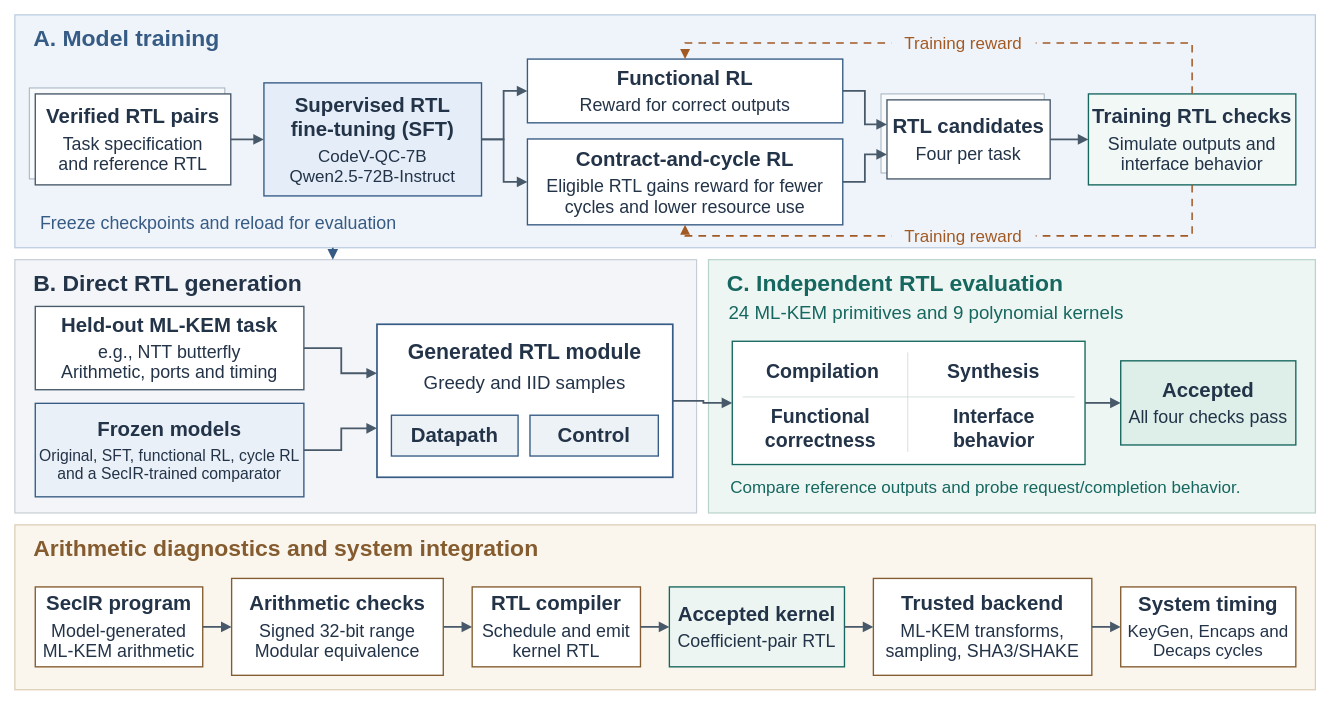
This is all/DAC2026/未命名绘图.drawio from ZKY6662017/iodraw-files, a draw.io file, before an edit. Source tidied: cells renumbered, new cells numbered last; positions are measured from the earlier drawing's top-left corner, leaving out a move shared by most shapes. Both pictures are drawn from the tidied source at 85%, with x=0, y=0 at pixel (14, 14).
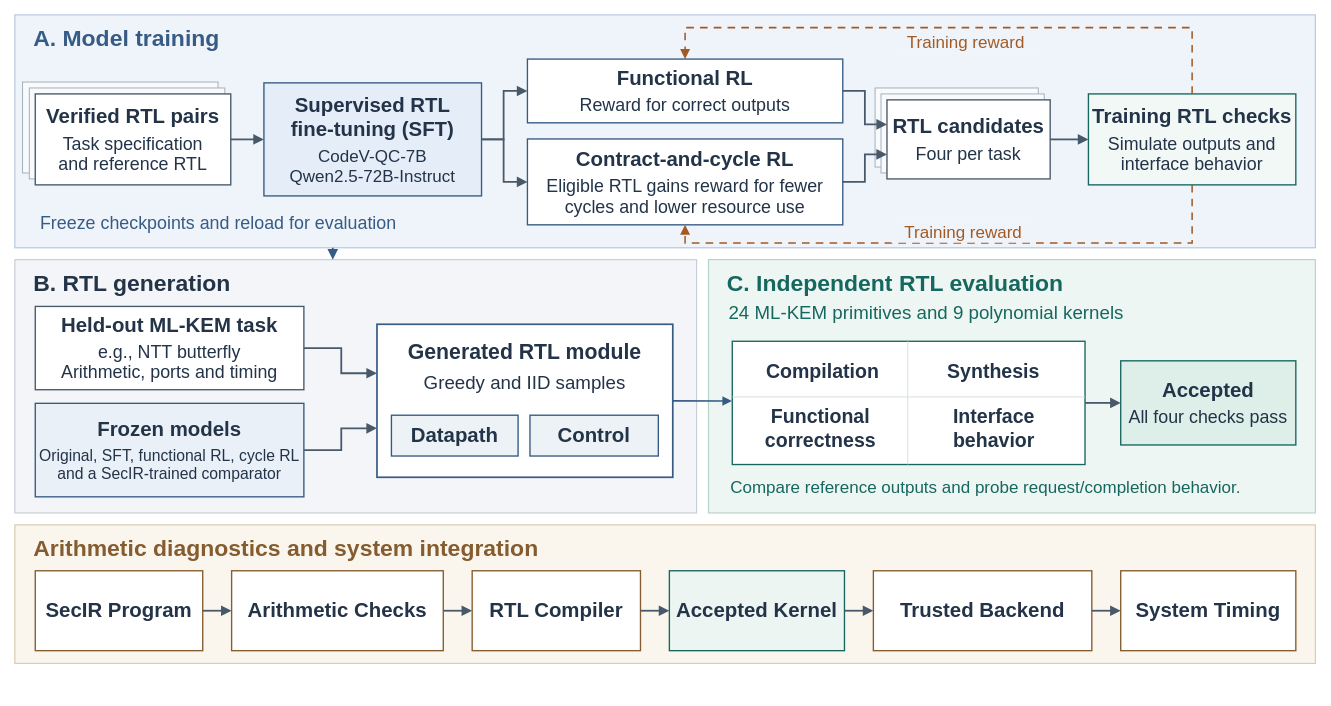
The same page after the edit.

Commit message (it also covers changes not shown here):
更新未命名绘图.drawio

The change refers to these unchanged cells:
```xml
<mxCell id="13" value="&lt;b&gt;Functional RL&lt;/b&gt;&lt;div style=&quot;font-size:21px;line-height:1.18;margin-top:5px&quot;&gt;Reward for correct outputs&lt;/div&gt;" style="rounded=0;html=1;whiteSpace=wrap;shadow=0;fontFamily=Arial;fontSize=22;fontColor=#233348;align=center;verticalAlign=middle;spacing=0;fillColor=#FFFFFF;strokeColor=#718395;strokeWidth=1.6;strokeColor=#365B84;fillColor=#FFFFFF;fontSize=24;spacing=3;" parent="1" vertex="1">
  <mxGeometry x="603" y="52" width="371" height="75" as="geometry" />
</mxCell>
<mxCell id="14" value="&lt;b&gt;Contract-and-cycle RL&lt;/b&gt;&lt;div style=&quot;font-size:21px;line-height:1.18;margin-top:5px&quot;&gt;Eligible RTL gains reward for fewer&lt;br&gt;cycles and lower resource use&lt;/div&gt;" style="rounded=0;html=1;whiteSpace=wrap;shadow=0;fontFamily=Arial;fontSize=22;fontColor=#233348;align=center;verticalAlign=middle;spacing=0;fillColor=#FFFFFF;strokeColor=#718395;strokeWidth=1.6;strokeColor=#365B84;fillColor=#FFFFFF;fontSize=24;spacing=3;" parent="1" vertex="1">
  <mxGeometry x="603" y="146" width="371" height="101" as="geometry" />
</mxCell>
<mxCell id="30" style="rounded=0;html=1;whiteSpace=wrap;shadow=0;fontFamily=Arial;fontSize=22;fontColor=#233348;align=center;verticalAlign=middle;spacing=0;fillColor=#FFFFFF;strokeColor=#718395;strokeWidth=1.6;strokeColor=#365B84;strokeWidth=2;" parent="1" vertex="1">
  <mxGeometry x="426" y="364" width="348" height="180" as="geometry" />
</mxCell>
<mxCell id="38" style="rounded=0;html=1;whiteSpace=wrap;shadow=0;fontFamily=Arial;fontSize=22;fontColor=#233348;align=center;verticalAlign=middle;spacing=0;fillColor=#FFFFFF;strokeColor=#718395;strokeWidth=1.6;strokeColor=#16675F;strokeWidth=1.6;" parent="1" vertex="1">
  <mxGeometry x="844" y="384" width="415" height="145" as="geometry" />
</mxCell>
```

Change to the diagram source:
```diff
@@
-    <mxCell id="5" value="B. Direct RTL generation" style="rounded=0;html=1;whiteSpace=wrap;shadow=0;fontFamily=Arial;fontSize=22;fontColor=#233348;align=center;verticalAlign=middle;spacing=0;fillColor=#FFFFFF;strokeColor=#718395;strokeWidth=1.6;strokeColor=none;fillColor=none;fontSize=27;fontColor=#233348;align=left;fontStyle=1;" parent="1" vertex="1">
+    <mxCell id="5" value="B. RTL generation" style="rounded=0;html=1;whiteSpace=wrap;shadow=0;fontFamily=Arial;fontSize=22;fontColor=#233348;align=center;verticalAlign=middle;spacing=0;fillColor=#FFFFFF;strokeColor=#718395;strokeWidth=1.6;strokeColor=none;fillColor=none;fontSize=27;fontColor=#233348;align=left;fontStyle=1;" parent="1" vertex="1">
       <mxGeometry x="22" y="298" width="758" height="35" as="geometry" />
     </mxCell>
@@
     <mxCell id="8" style="rounded=0;html=1;whiteSpace=wrap;shadow=0;fontFamily=Arial;fontSize=22;fontColor=#233348;align=center;verticalAlign=middle;spacing=0;fillColor=#FFFFFF;strokeColor=#718395;strokeWidth=1.6;fillColor=#FBF6ED;strokeColor=#DCCBB0;strokeWidth=1.4;" parent="1" vertex="1">
-      <mxGeometry y="600" width="1530" height="194" as="geometry" />
+      <mxGeometry y="600" width="1530" height="163" as="geometry" />
     </mxCell>
@@
+    <mxCell id="62" style="rounded=0;html=1;whiteSpace=wrap;shadow=0;fontFamily=Arial;fontSize=22;fontColor=#233348;align=center;verticalAlign=middle;spacing=0;fillColor=#FFFFFF;strokeColor=#718395;strokeWidth=1.6;fillColor=#F8FAFC;strokeColor=#A5B2C0;strokeWidth=1.2;" parent="1" vertex="1">
+      <mxGeometry x="9" y="79" width="230" height="107" as="geometry" />
+    </mxCell>
@@
+    <mxCell id="63" style="rounded=0;html=1;whiteSpace=wrap;shadow=0;fontFamily=Arial;fontSize=22;fontColor=#233348;align=center;verticalAlign=middle;spacing=0;fillColor=#FFFFFF;strokeColor=#718395;strokeWidth=1.6;fillColor=#F8FAFC;strokeColor=#A5B2C0;strokeWidth=1.2;" parent="1" vertex="1">
+      <mxGeometry x="1012" y="86" width="192" height="93" as="geometry" />
+    </mxCell>
@@
+    <mxCell id="17" value="&lt;b&gt;Training RTL checks&lt;/b&gt;&lt;div style=&quot;font-size:21px;line-height:1.18;margin-top:5px&quot;&gt;Simulate outputs and&lt;br&gt;interface behavior&lt;/div&gt;" style="rounded=0;html=1;whiteSpace=wrap;shadow=0;fontFamily=Arial;fontSize=22;fontColor=#233348;align=center;verticalAlign=middle;spacing=0;fillColor=#FFFFFF;strokeColor=#718395;strokeWidth=1.6;strokeColor=#16675F;fillColor=#F2F8F6;fontSize=24;spacing=3;" parent="1" vertex="1">
+      <mxGeometry x="1263" y="93" width="244" height="107" as="geometry" />
+    </mxCell>
@@
-    <mxCell id="17" value="&lt;b&gt;Training RTL checks&lt;/b&gt;&lt;div style=&quot;font-size:21px;line-height:1.18;margin-top:5px&quot;&gt;Simulate outputs and&lt;br&gt;interface behavior&lt;/div&gt;" style="rounded=0;html=1;whiteSpace=wrap;shadow=0;fontFamily=Arial;fontSize=22;fontColor=#233348;align=center;verticalAlign=middle;spacing=0;fillColor=#FFFFFF;strokeColor=#718395;strokeWidth=1.6;strokeColor=#16675F;fillColor=#F2F8F6;fontSize=24;spacing=3;" parent="1" vertex="1">
-      <mxGeometry x="1263" y="93" width="244" height="107" as="geometry" />
-    </mxCell>
@@
     <mxCell id="24" style="edgeStyle=none;html=1;rounded=0;strokeColor=#A25A24;strokeWidth=1.8;endArrow=block;endFill=1;endSize=7;exitX=0.5;exitY=0;exitPerimeter=0;entryX=0.5;entryY=0;entryPerimeter=0;dashed=1;dashPattern=5 4;" parent="1" edge="1" source="17" target="13">
       <mxGeometry relative="1" as="geometry">
         <Array as="points">
-          <mxPoint x="1385" y="33" />
-          <mxPoint x="788.5" y="33" />
+          <mxPoint x="1385" y="15" />
+          <mxPoint x="788.5" y="15" />
         </Array>
       </mxGeometry>
     </mxCell>
     <mxCell id="25" style="edgeStyle=none;html=1;rounded=0;strokeColor=#A25A24;strokeWidth=1.8;endArrow=block;endFill=1;endSize=7;exitX=0.5;exitY=1;exitPerimeter=0;entryX=0.5;entryY=1;entryPerimeter=0;dashed=1;dashPattern=5 4;" parent="1" edge="1" source="17" target="14">
-      <mxGeometry relative="1" as="geometry">
+      <mxGeometry x="-0.01" relative="1" as="geometry">
         <Array as="points">
-          <mxPoint x="1385" y="260" />
-          <mxPoint x="788.5" y="260" />
+          <mxPoint x="1385" y="268.4" />
+          <mxPoint x="1087.7" y="268.4" />
+          <mxPoint x="788.5" y="268.4" />
         </Array>
       </mxGeometry>
     </mxCell>
     <mxCell id="26" value="Training reward" style="rounded=0;html=1;whiteSpace=wrap;shadow=0;fontFamily=Arial;fontSize=22;fontColor=#233348;align=center;verticalAlign=middle;spacing=0;fillColor=#FFFFFF;strokeColor=#718395;strokeWidth=1.6;strokeColor=none;fillColor=none;fontSize=20;fontColor=#A25A24;fillColor=#EFF4FA;" parent="1" vertex="1">
-      <mxGeometry x="1031" y="19" width="170" height="27" as="geometry" />
+      <mxGeometry x="1034" y="18" width="170" height="27" as="geometry" />
     </mxCell>
     <mxCell id="27" value="Training reward" style="rounded=0;html=1;whiteSpace=wrap;shadow=0;fontFamily=Arial;fontSize=22;fontColor=#233348;align=center;verticalAlign=middle;spacing=0;fillColor=#FFFFFF;strokeColor=#718395;strokeWidth=1.6;strokeColor=none;fillColor=none;fontSize=20;fontColor=#A25A24;fillColor=#EFF4FA;" parent="1" vertex="1">
-      <mxGeometry x="1031" y="246" width="170" height="27" as="geometry" />
+      <mxGeometry x="1031" y="241" width="170" height="27" as="geometry" />
     </mxCell>
@@
     <mxCell id="41" style="rounded=0;html=1;whiteSpace=wrap;shadow=0;fontFamily=Arial;fontSize=22;fontColor=#233348;align=center;verticalAlign=middle;spacing=0;fillColor=#FFFFFF;strokeColor=#718395;strokeWidth=1.6;strokeColor=none;fillColor=#CDDCD6;" parent="1" vertex="1">
-      <mxGeometry x="856" y="449" width="391" height="1" as="geometry" />
+      <mxGeometry x="844" y="449" width="415" height="1" as="geometry" />
     </mxCell>
     <mxCell id="42" style="rounded=0;html=1;whiteSpace=wrap;shadow=0;fontFamily=Arial;fontSize=22;fontColor=#233348;align=center;verticalAlign=middle;spacing=0;fillColor=#FFFFFF;strokeColor=#718395;strokeWidth=1.6;strokeColor=none;fillColor=#CDDCD6;" parent="1" vertex="1">
-      <mxGeometry x="1050" y="397" width="1" height="117" as="geometry" />
+      <mxGeometry x="1050" y="384" width="1" height="145" as="geometry" />
     </mxCell>
@@
-    <mxCell id="46" style="edgeStyle=none;html=1;rounded=0;strokeColor=#48596A;strokeWidth=2.1;endArrow=block;endFill=1;endSize=7;exitX=1;exitY=0.5;exitPerimeter=0;entryX=0;entryY=0.5;entryPerimeter=0;" parent="1" edge="1" source="30" target="38">
-      <mxGeometry relative="1" as="geometry">
-        <Array as="points">
-          <mxPoint x="810" y="454" />
-          <mxPoint x="810" y="456.5" />
-        </Array>
-      </mxGeometry>
-    </mxCell>
@@
-    <mxCell id="49" value="&lt;b&gt;SecIR program&lt;/b&gt;&lt;div style=&quot;font-size:21px;line-height:1.18;margin-top:5px&quot;&gt;Model-generated&lt;br&gt;ML-KEM arithmetic&lt;/div&gt;" style="rounded=0;html=1;whiteSpace=wrap;shadow=0;fontFamily=Arial;fontSize=22;fontColor=#233348;align=center;verticalAlign=middle;spacing=0;fillColor=#FFFFFF;strokeColor=#718395;strokeWidth=1.6;strokeColor=#845C2F;fillColor=#FFFFFF;fontSize=24;spacing=3;" parent="1" vertex="1">
-      <mxGeometry x="24" y="673" width="197" height="94" as="geometry" />
+    <mxCell id="49" value="&lt;b&gt;SecIR Program&lt;/b&gt;" style="rounded=0;html=1;whiteSpace=wrap;shadow=0;fontFamily=Arial;fontSize=22;fontColor=#233348;align=center;verticalAlign=middle;spacing=0;fillColor=#FFFFFF;strokeColor=#718395;strokeWidth=1.6;strokeColor=#845C2F;fillColor=#FFFFFF;fontSize=24;spacing=3;" parent="1" vertex="1">
+      <mxGeometry x="24" y="654" width="197" height="94" as="geometry" />
     </mxCell>
-    <mxCell id="50" value="&lt;b&gt;Arithmetic checks&lt;/b&gt;&lt;div style=&quot;font-size:21px;line-height:1.18;margin-top:5px&quot;&gt;Signed 32-bit range&lt;br&gt;Modular equivalence&lt;/div&gt;" style="rounded=0;html=1;whiteSpace=wrap;shadow=0;fontFamily=Arial;fontSize=22;fontColor=#233348;align=center;verticalAlign=middle;spacing=0;fillColor=#FFFFFF;strokeColor=#718395;strokeWidth=1.6;strokeColor=#845C2F;fillColor=#FFFFFF;fontSize=24;spacing=3;" parent="1" vertex="1">
-      <mxGeometry x="255" y="663" width="249" height="114" as="geometry" />
+    <mxCell id="50" value="&lt;b&gt;Arithmetic Checks&lt;/b&gt;" style="rounded=0;html=1;whiteSpace=wrap;shadow=0;fontFamily=Arial;fontSize=22;fontColor=#233348;align=center;verticalAlign=middle;spacing=0;fillColor=#FFFFFF;strokeColor=#718395;strokeWidth=1.6;strokeColor=#845C2F;fillColor=#FFFFFF;fontSize=24;spacing=3;" parent="1" vertex="1">
+      <mxGeometry x="255" y="654" width="249" height="94" as="geometry" />
     </mxCell>
-    <mxCell id="51" value="&lt;b&gt;RTL compiler&lt;/b&gt;&lt;div style=&quot;font-size:21px;line-height:1.18;margin-top:5px&quot;&gt;Schedule and emit&lt;br&gt;kernel RTL&lt;/div&gt;" style="rounded=0;html=1;whiteSpace=wrap;shadow=0;fontFamily=Arial;fontSize=22;fontColor=#233348;align=center;verticalAlign=middle;spacing=0;fillColor=#FFFFFF;strokeColor=#718395;strokeWidth=1.6;strokeColor=#845C2F;fillColor=#FFFFFF;fontSize=24;spacing=3;" parent="1" vertex="1">
-      <mxGeometry x="538" y="673" width="198" height="94" as="geometry" />
+    <mxCell id="51" value="&lt;b&gt;RTL Compiler&lt;/b&gt;" style="rounded=0;html=1;whiteSpace=wrap;shadow=0;fontFamily=Arial;fontSize=22;fontColor=#233348;align=center;verticalAlign=middle;spacing=0;fillColor=#FFFFFF;strokeColor=#718395;strokeWidth=1.6;strokeColor=#845C2F;fillColor=#FFFFFF;fontSize=24;spacing=3;" parent="1" vertex="1">
+      <mxGeometry x="538" y="654" width="198" height="94" as="geometry" />
     </mxCell>
-    <mxCell id="52" value="&lt;b&gt;Accepted kernel&lt;/b&gt;&lt;div style=&quot;font-size:21px;line-height:1.18;margin-top:5px&quot;&gt;Coefficient-pair RTL&lt;/div&gt;" style="rounded=0;html=1;whiteSpace=wrap;shadow=0;fontFamily=Arial;fontSize=22;fontColor=#233348;align=center;verticalAlign=middle;spacing=0;fillColor=#FFFFFF;strokeColor=#718395;strokeWidth=1.6;strokeColor=#16675F;fillColor=#ECF5F1;fontSize=24;spacing=3;" parent="1" vertex="1">
-      <mxGeometry x="770" y="673" width="206" height="94" as="geometry" />
+    <mxCell id="52" value="&lt;b&gt;Accepted Kernel&lt;/b&gt;" style="rounded=0;html=1;whiteSpace=wrap;shadow=0;fontFamily=Arial;fontSize=22;fontColor=#233348;align=center;verticalAlign=middle;spacing=0;fillColor=#FFFFFF;strokeColor=#718395;strokeWidth=1.6;strokeColor=#16675F;fillColor=#ECF5F1;fontSize=24;spacing=3;" parent="1" vertex="1">
+      <mxGeometry x="770" y="654" width="206" height="94" as="geometry" />
     </mxCell>
-    <mxCell id="53" value="&lt;b&gt;Trusted backend&lt;/b&gt;&lt;div style=&quot;font-size:21px;line-height:1.18;margin-top:5px&quot;&gt;ML-KEM transforms,&lt;br&gt;sampling, SHA3/SHAKE&lt;/div&gt;" style="rounded=0;html=1;whiteSpace=wrap;shadow=0;fontFamily=Arial;fontSize=22;fontColor=#233348;align=center;verticalAlign=middle;spacing=0;fillColor=#FFFFFF;strokeColor=#718395;strokeWidth=1.6;strokeColor=#845C2F;fillColor=#FFFFFF;fontSize=24;spacing=3;" parent="1" vertex="1">
-      <mxGeometry x="1010" y="663" width="257" height="114" as="geometry" />
+    <mxCell id="53" value="&lt;b&gt;Trusted Backend&lt;/b&gt;" style="rounded=0;html=1;whiteSpace=wrap;shadow=0;fontFamily=Arial;fontSize=22;fontColor=#233348;align=center;verticalAlign=middle;spacing=0;fillColor=#FFFFFF;strokeColor=#718395;strokeWidth=1.6;strokeColor=#845C2F;fillColor=#FFFFFF;fontSize=24;spacing=3;" parent="1" vertex="1">
+      <mxGeometry x="1010" y="654" width="257" height="94" as="geometry" />
     </mxCell>
-    <mxCell id="54" value="&lt;b&gt;System timing&lt;/b&gt;&lt;div style=&quot;font-size:20px;line-height:1.18;margin-top:5px&quot;&gt;KeyGen, Encaps and&lt;br&gt;Decaps cycles&lt;/div&gt;" style="rounded=0;html=1;whiteSpace=wrap;shadow=0;fontFamily=Arial;fontSize=22;fontColor=#233348;align=center;verticalAlign=middle;spacing=0;fillColor=#FFFFFF;strokeColor=#718395;strokeWidth=1.6;strokeColor=#845C2F;fillColor=#FFFFFF;fontSize=24;spacing=3;" parent="1" vertex="1">
-      <mxGeometry x="1301" y="673" width="206" height="94" as="geometry" />
+    <mxCell id="54" value="&lt;b&gt;System Timing&lt;/b&gt;" style="rounded=0;html=1;whiteSpace=wrap;shadow=0;fontFamily=Arial;fontSize=22;fontColor=#233348;align=center;verticalAlign=middle;spacing=0;fillColor=#FFFFFF;strokeColor=#718395;strokeWidth=1.6;strokeColor=#845C2F;fillColor=#FFFFFF;fontSize=24;spacing=3;" parent="1" vertex="1">
+      <mxGeometry x="1301" y="654" width="206" height="94" as="geometry" />
     </mxCell>
@@
+    <mxCell id="46" style="endArrow=block;html=1;rounded=0;defaultLabelBackgroundColor=page;labelPadding=0 4;strokeWidth=2;endFill=1;strokeColor=light-dark(#365b84, #ededed);exitX=1;exitY=0.5;exitDx=0;exitDy=0;entryX=-0.001;entryY=0.485;entryDx=0;entryDy=0;entryPerimeter=0;" parent="1" edge="1" source="30" target="38">
+      <mxGeometry relative="1" as="geometry" />
+    </mxCell>
```
